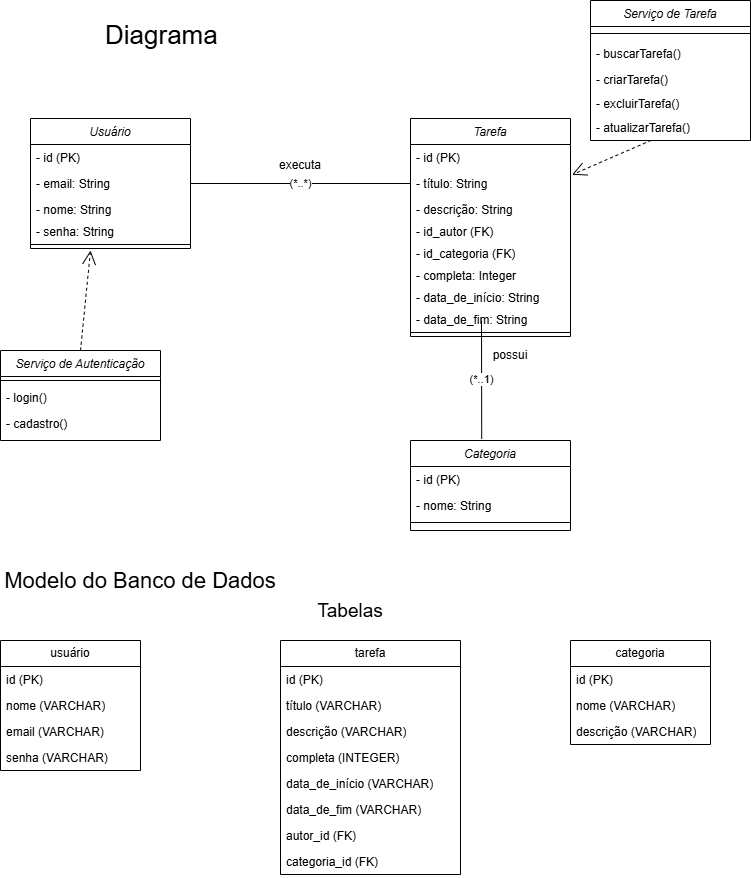
The draw.io diagram arquitetura/diagramas/diagrama_de_classes_e_modeloBD.drawio.png in ProjetoSoftware2025-1/RepositorioToDoList, before a commit. Source tidied: cells renumbered, new cells last; positions are measured from the earlier drawing's top-left corner, leaving out a move shared by most shapes.
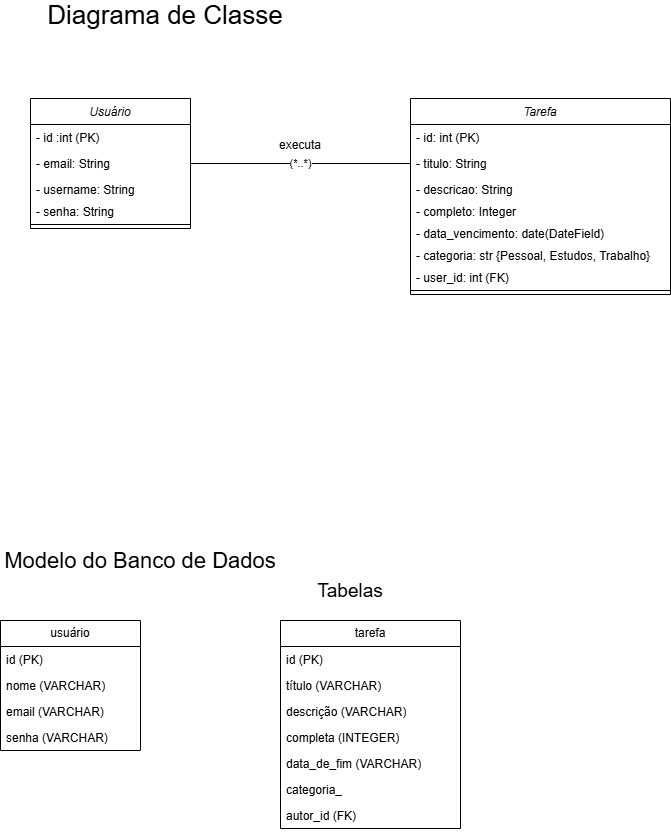
Above is the later version.

Commit message:
Atualizando Diagramas de Classe e Sequencia

What changed in the source:
```diff
@@ -5,13 +5,13 @@
     <mxCell id="2" value="Usuário" style="swimlane;fontStyle=2;align=center;verticalAlign=top;horizontal=1;startSize=26;rounded=0;shadow=0;strokeWidth=1;" parent="1" vertex="1">
       <mxGeometry x="30" y="118" width="160" height="130" as="geometry" />
     </mxCell>
-    <mxCell id="3" value="- id (PK)" style="text;align=left;verticalAlign=top;spacingLeft=4;spacingRight=4;overflow=hidden;" parent="2" vertex="1">
+    <mxCell id="3" value="- id :int (PK)" style="text;align=left;verticalAlign=top;spacingLeft=4;spacingRight=4;overflow=hidden;" parent="2" vertex="1">
       <mxGeometry y="26" width="160" height="26" as="geometry" />
     </mxCell>
     <mxCell id="4" value="- email: String" style="text;align=left;verticalAlign=top;spacingLeft=4;spacingRight=4;overflow=hidden;points=[[0,0.5],[1,0.5]];portConstraint=eastwest;rounded=0;shadow=0;html=0;" parent="2" vertex="1">
       <mxGeometry y="52" width="160" height="26" as="geometry" />
     </mxCell>
-    <mxCell id="5" value="- nome: String" style="text;align=left;verticalAlign=top;spacingLeft=4;spacingRight=4;overflow=hidden;rounded=0;shadow=0;html=0;" parent="2" vertex="1">
+    <mxCell id="5" value="- username: String" style="text;align=left;verticalAlign=top;spacingLeft=4;spacingRight=4;overflow=hidden;rounded=0;shadow=0;html=0;" parent="2" vertex="1">
       <mxGeometry y="78" width="160" height="22" as="geometry" />
     </mxCell>
     <mxCell id="6" value="- senha: String" style="text;align=left;verticalAlign=top;spacingLeft=4;spacingRight=4;overflow=hidden;rounded=0;shadow=0;html=0;" parent="2" vertex="1">
@@ -21,94 +21,36 @@
       <mxGeometry y="122" width="160" height="8" as="geometry" />
     </mxCell>
     <mxCell id="8" value="Tarefa" style="swimlane;fontStyle=2;align=center;verticalAlign=top;horizontal=1;startSize=26;rounded=0;shadow=0;strokeWidth=1;" parent="1" vertex="1">
-      <mxGeometry x="410" y="118" width="160" height="218" as="geometry" />
+      <mxGeometry x="410" y="118" width="260" height="196" as="geometry" />
     </mxCell>
-    <mxCell id="9" value="- id (PK)" style="text;align=left;verticalAlign=top;spacingLeft=4;spacingRight=4;overflow=hidden;" parent="8" vertex="1">
-      <mxGeometry y="26" width="160" height="26" as="geometry" />
+    <mxCell id="9" value="- id: int (PK)" style="text;align=left;verticalAlign=top;spacingLeft=4;spacingRight=4;overflow=hidden;" parent="8" vertex="1">
+      <mxGeometry y="26" width="260" height="26" as="geometry" />
     </mxCell>
-    <mxCell id="10" value="- título: String" style="text;align=left;verticalAlign=top;spacingLeft=4;spacingRight=4;overflow=hidden;points=[[0,0.5],[1,0.5]];portConstraint=eastwest;rounded=0;shadow=0;html=0;" parent="8" vertex="1">
-      <mxGeometry y="52" width="160" height="26" as="geometry" />
+    <mxCell id="10" value="- titulo: String" style="text;align=left;verticalAlign=top;spacingLeft=4;spacingRight=4;overflow=hidden;points=[[0,0.5],[1,0.5]];portConstraint=eastwest;rounded=0;shadow=0;html=0;" parent="8" vertex="1">
+      <mxGeometry y="52" width="260" height="26" as="geometry" />
     </mxCell>
-    <mxCell id="11" value="- descrição: String" style="text;align=left;verticalAlign=top;spacingLeft=4;spacingRight=4;overflow=hidden;rounded=0;shadow=0;html=0;" parent="8" vertex="1">
-      <mxGeometry y="78" width="160" height="22" as="geometry" />
+    <mxCell id="11" value="- descricao: String" style="text;align=left;verticalAlign=top;spacingLeft=4;spacingRight=4;overflow=hidden;rounded=0;shadow=0;html=0;" parent="8" vertex="1">
+      <mxGeometry y="78" width="260" height="22" as="geometry" />
     </mxCell>
+    <mxCell id="14" value="- completo: Integer " style="text;align=left;verticalAlign=top;spacingLeft=4;spacingRight=4;overflow=hidden;rounded=0;shadow=0;html=0;" parent="8" vertex="1">
+      <mxGeometry y="100" width="260" height="22" as="geometry" />
+    </mxCell>
+    <mxCell id="16" value="- data_vencimento: date(DateField)&#10;" style="text;align=left;verticalAlign=top;spacingLeft=4;spacingRight=4;overflow=hidden;rounded=0;shadow=0;html=0;" parent="8" vertex="1">
+      <mxGeometry y="122" width="260" height="22" as="geometry" />
+    </mxCell>
+    <mxCell id="59" value="- categoria: str {Pessoal, Estudos, Trabalho}" style="text;align=left;verticalAlign=top;spacingLeft=4;spacingRight=4;overflow=hidden;rounded=0;shadow=0;html=0;" parent="8" vertex="1">
+      <mxGeometry y="144" width="260" height="22" as="geometry" />
+    </mxCell>
-    <mxCell id="12" value="- id_autor (FK)" style="text;align=left;verticalAlign=top;spacingLeft=4;spacingRight=4;overflow=hidden;rounded=0;shadow=0;html=0;" parent="8" vertex="1">
-      <mxGeometry y="100" width="160" height="22" as="geometry" />
+    <mxCell id="12" value="- user_id: int (FK)" style="text;align=left;verticalAlign=top;spacingLeft=4;spacingRight=4;overflow=hidden;rounded=0;shadow=0;html=0;" parent="8" vertex="1">
+      <mxGeometry y="166" width="260" height="22" as="geometry" />
     </mxCell>
-    <mxCell id="13" value="- id_categoria (FK)" style="text;align=left;verticalAlign=top;spacingLeft=4;spacingRight=4;overflow=hidden;rounded=0;shadow=0;html=0;" parent="8" vertex="1">
-      <mxGeometry y="122" width="160" height="22" as="geometry" />
-    </mxCell>
-    <mxCell id="14" value="- completa: Integer " style="text;align=left;verticalAlign=top;spacingLeft=4;spacingRight=4;overflow=hidden;rounded=0;shadow=0;html=0;" parent="8" vertex="1">
-      <mxGeometry y="144" width="160" height="22" as="geometry" />
-    </mxCell>
-    <mxCell id="15" value="- data_de_início: String" style="text;align=left;verticalAlign=top;spacingLeft=4;spacingRight=4;overflow=hidden;rounded=0;shadow=0;html=0;" parent="8" vertex="1">
-      <mxGeometry y="166" width="160" height="22" as="geometry" />
-    </mxCell>
-    <mxCell id="16" value="- data_de_fim: String" style="text;align=left;verticalAlign=top;spacingLeft=4;spacingRight=4;overflow=hidden;rounded=0;shadow=0;html=0;" parent="8" vertex="1">
-      <mxGeometry y="188" width="160" height="22" as="geometry" />
-    </mxCell>
     <mxCell id="17" style="line;html=1;strokeWidth=1;align=left;verticalAlign=middle;spacingTop=-1;spacingLeft=3;spacingRight=3;labelPosition=right;" parent="8" vertex="1">
-      <mxGeometry y="210" width="160" height="8" as="geometry" />
+      <mxGeometry y="188" width="260" height="8" as="geometry" />
     </mxCell>
     <mxCell id="18" value="(*..*)" style="endArrow=none;html=1;rounded=0;entryX=0;entryY=0.5;entryDx=0;entryDy=0;exitX=1;exitY=0.5;exitDx=0;exitDy=0;" parent="1" edge="1" source="4" target="10">
       <mxGeometry relative="1" as="geometry" />
     </mxCell>
-    <mxCell id="19" value="(*..1)" style="endArrow=none;html=1;rounded=0;entryX=0.445;entryY=-0.016;entryDx=0;entryDy=0;entryPerimeter=0;" parent="1" edge="1" target="20">
-      <mxGeometry relative="1" as="geometry">
-        <mxPoint x="481" y="320" as="sourcePoint" />
-      </mxGeometry>
-    </mxCell>
-    <mxCell id="20" value="Categoria" style="swimlane;fontStyle=2;align=center;verticalAlign=top;horizontal=1;startSize=26;rounded=0;shadow=0;strokeWidth=1;" parent="1" vertex="1">
-      <mxGeometry x="410" y="440" width="160" height="90" as="geometry" />
-    </mxCell>
-    <mxCell id="21" value="- id (PK)" style="text;align=left;verticalAlign=top;spacingLeft=4;spacingRight=4;overflow=hidden;" parent="20" vertex="1">
-      <mxGeometry y="26" width="160" height="26" as="geometry" />
-    </mxCell>
-    <mxCell id="22" value="- nome: String" style="text;align=left;verticalAlign=top;spacingLeft=4;spacingRight=4;overflow=hidden;rounded=0;shadow=0;html=0;" parent="20" vertex="1">
-      <mxGeometry y="52" width="160" height="26" as="geometry" />
-    </mxCell>
-    <mxCell id="23" style="line;html=1;strokeWidth=1;align=left;verticalAlign=middle;spacingTop=-1;spacingLeft=3;spacingRight=3;labelPosition=right;" parent="20" vertex="1">
-      <mxGeometry y="78" width="160" height="8" as="geometry" />
-    </mxCell>
-    <mxCell id="24" value="Serviço de Autenticação" style="swimlane;fontStyle=2;align=center;verticalAlign=top;horizontal=1;startSize=26;rounded=0;shadow=0;strokeWidth=1;" parent="1" vertex="1">
-      <mxGeometry y="350" width="160" height="90" as="geometry" />
-    </mxCell>
-    <mxCell id="25" style="line;html=1;strokeWidth=1;align=left;verticalAlign=middle;spacingTop=-1;spacingLeft=3;spacingRight=3;labelPosition=right;" parent="24" vertex="1">
-      <mxGeometry y="26" width="160" height="8" as="geometry" />
-    </mxCell>
-    <mxCell id="26" value="- login()" style="text;align=left;verticalAlign=top;spacingLeft=4;spacingRight=4;overflow=hidden;" parent="24" vertex="1">
-      <mxGeometry y="34" width="160" height="26" as="geometry" />
-    </mxCell>
-    <mxCell id="27" value="- cadastro()" style="text;align=left;verticalAlign=top;spacingLeft=4;spacingRight=4;overflow=hidden;rounded=0;shadow=0;html=0;" parent="24" vertex="1">
-      <mxGeometry y="60" width="160" height="26" as="geometry" />
-    </mxCell>
-    <mxCell id="28" style="endArrow=open;endSize=12;dashed=1;html=1;rounded=0;exitX=0.5;exitY=0;exitDx=0;exitDy=0;" parent="1" edge="1" source="24">
-      <mxGeometry relative="1" as="geometry">
-        <mxPoint x="90" y="250" as="targetPoint" />
-      </mxGeometry>
-    </mxCell>
-    <mxCell id="29" value="Serviço de Tarefa" style="swimlane;fontStyle=2;align=center;verticalAlign=top;horizontal=1;startSize=26;rounded=0;shadow=0;strokeWidth=1;" parent="1" vertex="1">
-      <mxGeometry x="590" width="160" height="140" as="geometry" />
-    </mxCell>
-    <mxCell id="30" style="line;html=1;strokeWidth=1;align=left;verticalAlign=middle;spacingTop=-1;spacingLeft=3;spacingRight=3;labelPosition=right;" parent="29" vertex="1">
-      <mxGeometry y="26" width="160" height="14" as="geometry" />
-    </mxCell>
-    <mxCell id="31" value="- buscarTarefa()" style="text;align=left;verticalAlign=top;spacingLeft=4;spacingRight=4;overflow=hidden;" parent="29" vertex="1">
-      <mxGeometry y="40" width="160" height="26" as="geometry" />
-    </mxCell>
-    <mxCell id="32" value="- criarTarefa()" style="text;align=left;verticalAlign=top;spacingLeft=4;spacingRight=4;overflow=hidden;rounded=0;shadow=0;html=0;" parent="29" vertex="1">
-      <mxGeometry y="66" width="160" height="24" as="geometry" />
-    </mxCell>
-    <mxCell id="33" value="- excluirTarefa()" style="text;align=left;verticalAlign=top;spacingLeft=4;spacingRight=4;overflow=hidden;rounded=0;shadow=0;html=0;" parent="29" vertex="1">
-      <mxGeometry y="90" width="160" height="24" as="geometry" />
-    </mxCell>
-    <mxCell id="34" value="- atualizarTarefa()" style="text;align=left;verticalAlign=top;spacingLeft=4;spacingRight=4;overflow=hidden;points=[[0,0.5],[1,0.5]];portConstraint=eastwest;rounded=0;shadow=0;html=0;" parent="29" vertex="1">
-      <mxGeometry y="114" width="160" height="24" as="geometry" />
-    </mxCell>
-    <mxCell id="35" style="endArrow=open;endSize=12;dashed=1;html=1;rounded=0;entryX=1.01;entryY=0.162;entryDx=0;entryDy=0;entryPerimeter=0;exitX=0.38;exitY=1.075;exitDx=0;exitDy=0;exitPerimeter=0;" parent="1" edge="1" source="34" target="10">
-      <mxGeometry relative="1" as="geometry" />
-    </mxCell>
-    <mxCell id="36" value="&lt;font style=&quot;font-size: 26px;&quot;&gt;Diagrama&amp;nbsp;&lt;/font&gt;" style="text;html=1;align=center;verticalAlign=middle;whiteSpace=wrap;rounded=0;" parent="1" vertex="1">
+    <mxCell id="36" value="&lt;font style=&quot;font-size: 26px;&quot;&gt;Diagrama de Classe&lt;/font&gt;" style="text;html=1;align=center;verticalAlign=middle;whiteSpace=wrap;rounded=0;" parent="1" vertex="1">
       <mxGeometry x="40" y="20" width="250" height="30" as="geometry" />
     </mxCell>
     <mxCell id="37" value="&lt;font style=&quot;font-size: 22px;&quot;&gt;Modelo do Banco de Dados&lt;/font&gt;" style="text;html=1;align=center;verticalAlign=middle;whiteSpace=wrap;rounded=0;" parent="1" vertex="1">
@@ -130,7 +72,7 @@
       <mxGeometry y="104" width="140" height="26" as="geometry" />
     </mxCell>
     <mxCell id="43" value="tarefa" style="swimlane;fontStyle=0;horizontal=1;startSize=26;fillColor=none;whiteSpace=wrap;html=1;" parent="1" vertex="1">
-      <mxGeometry x="280" y="640" width="180" height="234" as="geometry" />
+      <mxGeometry x="280" y="640" width="180" height="208" as="geometry" />
     </mxCell>
     <mxCell id="44" value="id (PK)" style="text;strokeColor=none;fillColor=none;align=left;verticalAlign=top;spacingLeft=4;spacingRight=4;overflow=hidden;whiteSpace=wrap;html=1;" parent="43" vertex="1">
       <mxGeometry y="26" width="180" height="26" as="geometry" />
@@ -144,36 +86,18 @@
     <mxCell id="47" value="completa (INTEGER)" style="text;strokeColor=none;fillColor=none;align=left;verticalAlign=top;spacingLeft=4;spacingRight=4;overflow=hidden;whiteSpace=wrap;html=1;" parent="43" vertex="1">
       <mxGeometry y="104" width="180" height="26" as="geometry" />
     </mxCell>
-    <mxCell id="48" value="data_de_início (VARCHAR)" style="text;strokeColor=none;fillColor=none;align=left;verticalAlign=top;spacingLeft=4;spacingRight=4;overflow=hidden;whiteSpace=wrap;html=1;" parent="43" vertex="1">
-      <mxGeometry y="130" width="180" height="26" as="geometry" />
-    </mxCell>
     <mxCell id="49" value="data_de_fim (VARCHAR)" style="text;strokeColor=none;fillColor=none;align=left;verticalAlign=top;spacingLeft=4;spacingRight=4;overflow=hidden;whiteSpace=wrap;html=1;" parent="43" vertex="1">
-      <mxGeometry y="156" width="180" height="26" as="geometry" />
+      <mxGeometry y="130" width="180" height="26" as="geometry" />
     </mxCell>
+    <mxCell id="51" value="categoria_" style="text;strokeColor=none;fillColor=none;align=left;verticalAlign=top;spacingLeft=4;spacingRight=4;overflow=hidden;whiteSpace=wrap;html=1;" parent="43" vertex="1">
+      <mxGeometry y="156" width="180" height="26" as="geometry" />
+    </mxCell>
     <mxCell id="50" value="autor_id (FK)" style="text;strokeColor=none;fillColor=none;align=left;verticalAlign=top;spacingLeft=4;spacingRight=4;overflow=hidden;whiteSpace=wrap;html=1;" parent="43" vertex="1">
       <mxGeometry y="182" width="180" height="26" as="geometry" />
     </mxCell>
-    <mxCell id="51" value="categoria_id (FK)" style="text;strokeColor=none;fillColor=none;align=left;verticalAlign=top;spacingLeft=4;spacingRight=4;overflow=hidden;whiteSpace=wrap;html=1;" parent="43" vertex="1">
-      <mxGeometry y="208" width="180" height="26" as="geometry" />
-    </mxCell>
-    <mxCell id="52" value="categoria" style="swimlane;fontStyle=0;horizontal=1;startSize=26;fillColor=none;whiteSpace=wrap;html=1;" parent="1" vertex="1">
-      <mxGeometry x="570" y="640" width="140" height="104" as="geometry" />
-    </mxCell>
-    <mxCell id="53" value="id (PK)" style="text;strokeColor=none;fillColor=none;align=left;verticalAlign=top;spacingLeft=4;spacingRight=4;overflow=hidden;whiteSpace=wrap;html=1;" parent="52" vertex="1">
-      <mxGeometry y="26" width="140" height="26" as="geometry" />
-    </mxCell>
-    <mxCell id="54" value="nome (VARCHAR)" style="text;strokeColor=none;fillColor=none;align=left;verticalAlign=top;spacingLeft=4;spacingRight=4;overflow=hidden;whiteSpace=wrap;html=1;" parent="52" vertex="1">
-      <mxGeometry y="52" width="140" height="26" as="geometry" />
-    </mxCell>
-    <mxCell id="55" value="descrição (VARCHAR)" style="text;strokeColor=none;fillColor=none;align=left;verticalAlign=top;spacingLeft=4;spacingRight=4;overflow=hidden;whiteSpace=wrap;html=1;" parent="52" vertex="1">
-      <mxGeometry y="78" width="140" height="26" as="geometry" />
-    </mxCell>
     <mxCell id="56" value="&lt;font style=&quot;font-size: 19px;&quot;&gt;Tabelas&lt;/font&gt;" style="text;html=1;align=center;verticalAlign=middle;whiteSpace=wrap;rounded=0;" parent="1" vertex="1">
       <mxGeometry x="320" y="596" width="60" height="30" as="geometry" />
     </mxCell>
-    <mxCell id="57" value="possui" style="text;html=1;align=center;verticalAlign=middle;whiteSpace=wrap;rounded=0;" parent="1" vertex="1">
-      <mxGeometry x="480" y="340" width="60" height="30" as="geometry" />
-    </mxCell>
     <mxCell id="58" value="executa" style="text;html=1;align=center;verticalAlign=middle;whiteSpace=wrap;rounded=0;" parent="1" vertex="1">
       <mxGeometry x="270" y="150" width="60" height="30" as="geometry" />
     </mxCell>
```
